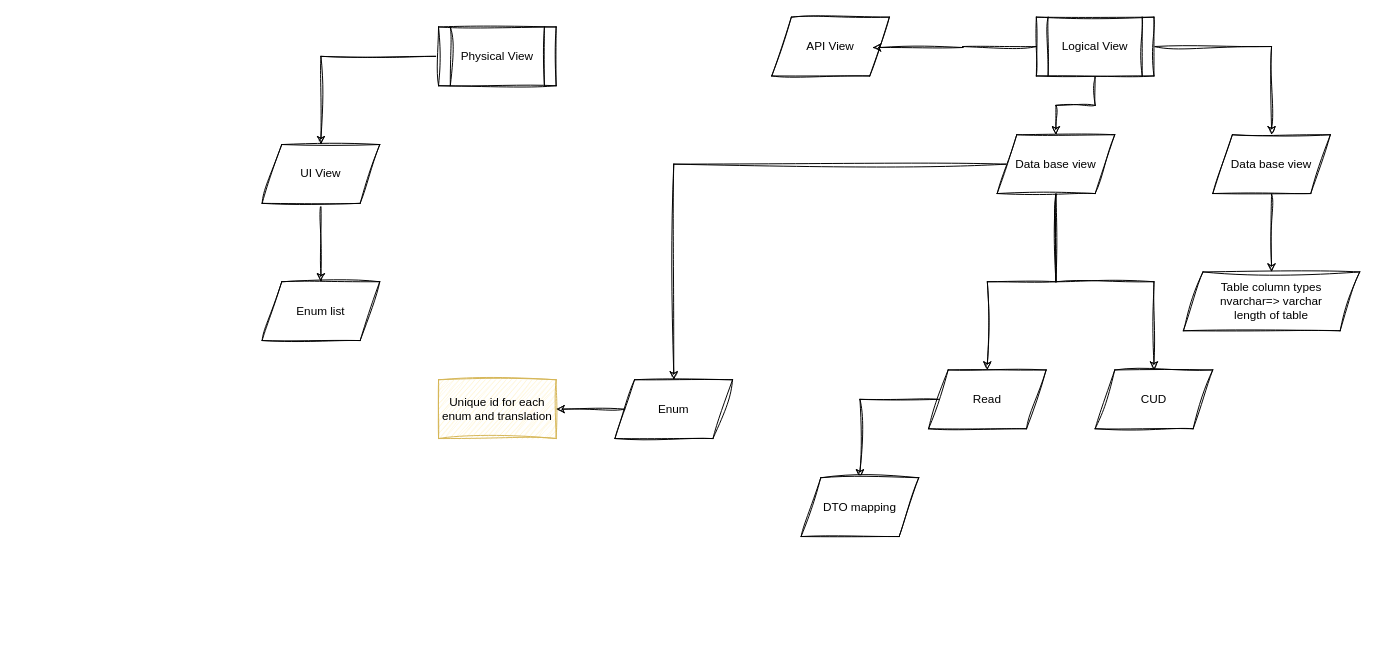
Earlier version of the draw.io diagram page "Page-11" (11 of 12) of Repository.drawio (yasharvc/Tribitgroup.Framework.Authentication). Source tidied: cells renumbered, new cells numbered last; positions are measured from the earlier drawing's top-left corner, leaving out a move shared by most shapes. Both pictures are drawn from the tidied source at 98%, with x=0, y=0 at pixel (262, 17).
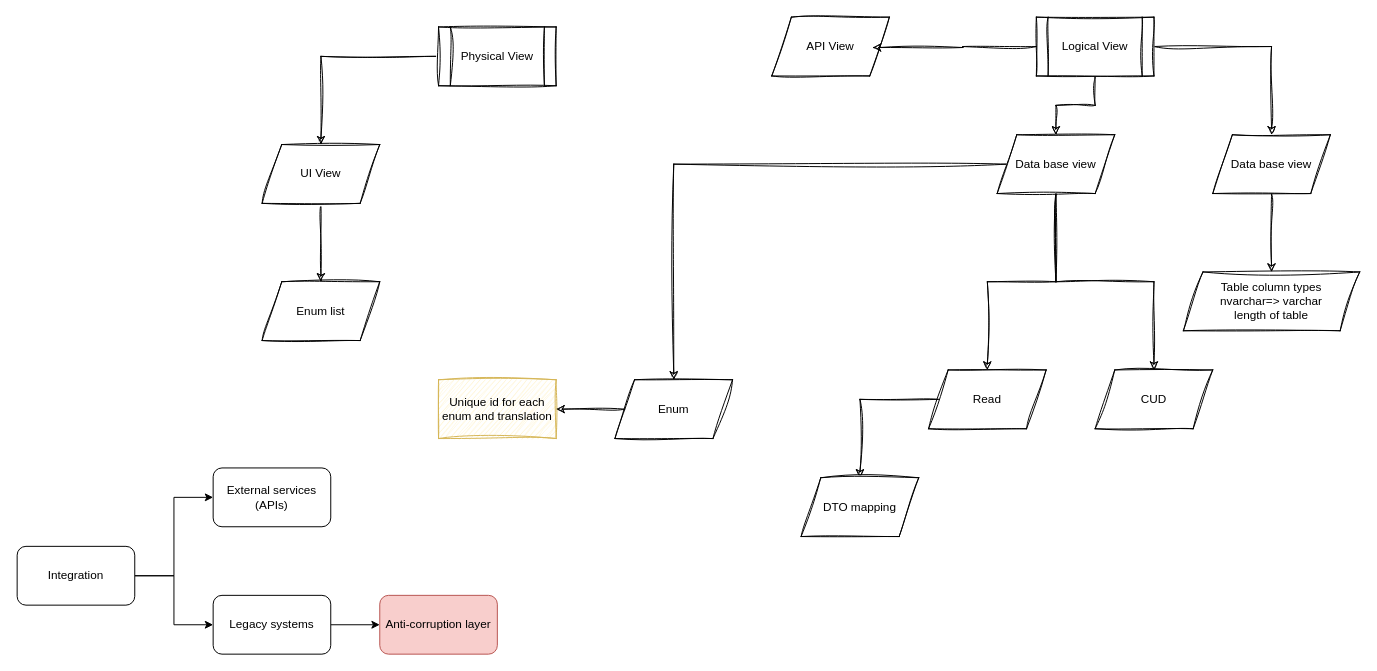
Above is the later version.

Diff of the diagram source:
```diff
@@
+    <mxCell id="26" style="edgeStyle=orthogonalEdgeStyle;rounded=0;jettySize=auto;html=1;" parent="1" edge="1" source="28" target="31">
+      <mxGeometry relative="1" as="geometry" />
+    </mxCell>
+    <mxCell id="27" style="edgeStyle=orthogonalEdgeStyle;rounded=0;jettySize=auto;html=1;exitX=1;exitY=0.5;exitDx=0;exitDy=0;entryX=0;entryY=0.5;entryDx=0;entryDy=0;" parent="1" edge="1" source="28" target="29">
+      <mxGeometry relative="1" as="geometry" />
+    </mxCell>
+    <mxCell id="28" value="Integration" style="rounded=1;whiteSpace=wrap;html=1;" parent="1" vertex="1">
+      <mxGeometry x="-250" y="540" width="120" height="60" as="geometry" />
+    </mxCell>
+    <mxCell id="29" value="External services (APIs)" style="rounded=1;whiteSpace=wrap;html=1;" parent="1" vertex="1">
+      <mxGeometry x="-50" y="460" width="120" height="60" as="geometry" />
+    </mxCell>
+    <mxCell id="30" style="edgeStyle=orthogonalEdgeStyle;rounded=0;jettySize=auto;html=1;" parent="1" edge="1" source="31" target="32">
+      <mxGeometry relative="1" as="geometry" />
+    </mxCell>
+    <mxCell id="31" value="Legacy systems" style="rounded=1;whiteSpace=wrap;html=1;" parent="1" vertex="1">
+      <mxGeometry x="-50" y="590" width="120" height="60" as="geometry" />
+    </mxCell>
+    <mxCell id="32" value="Anti-corruption layer" style="rounded=1;whiteSpace=wrap;html=1;fillColor=#f8cecc;strokeColor=#b85450;" parent="1" vertex="1">
+      <mxGeometry x="120" y="590" width="120" height="60" as="geometry" />
+    </mxCell>
```
